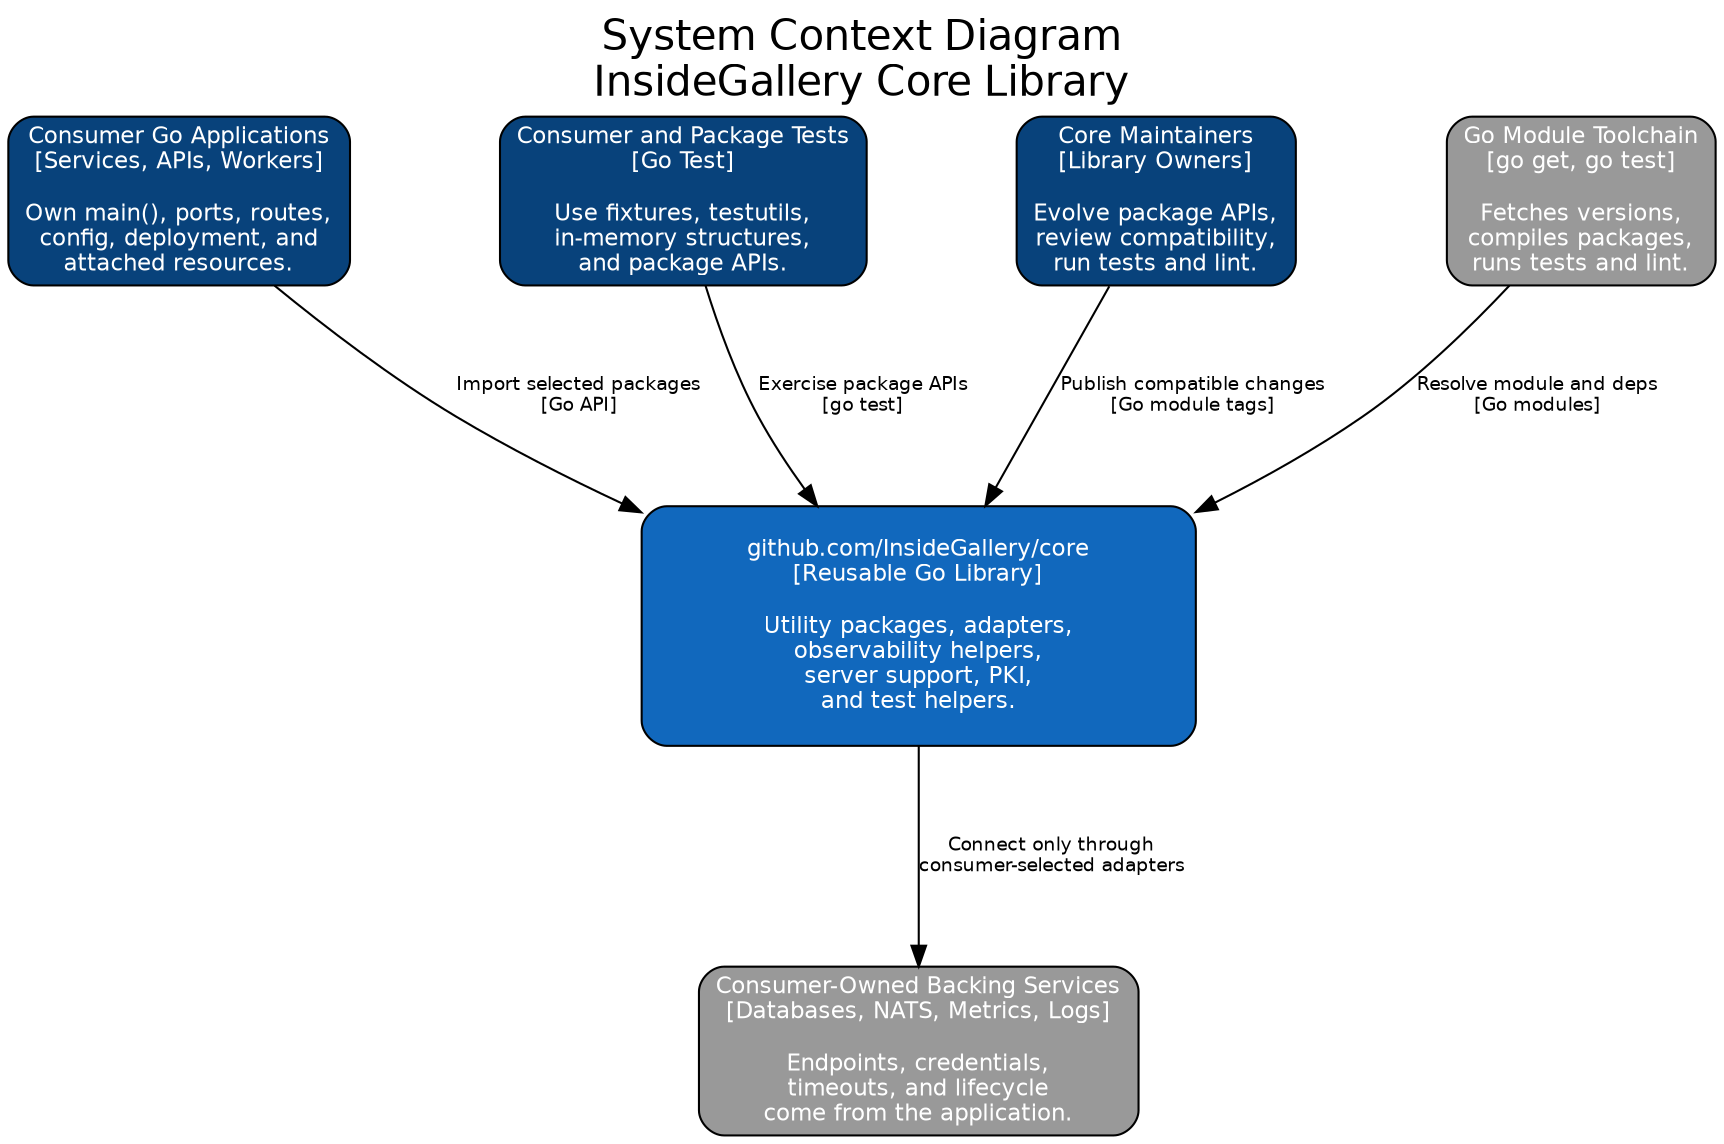
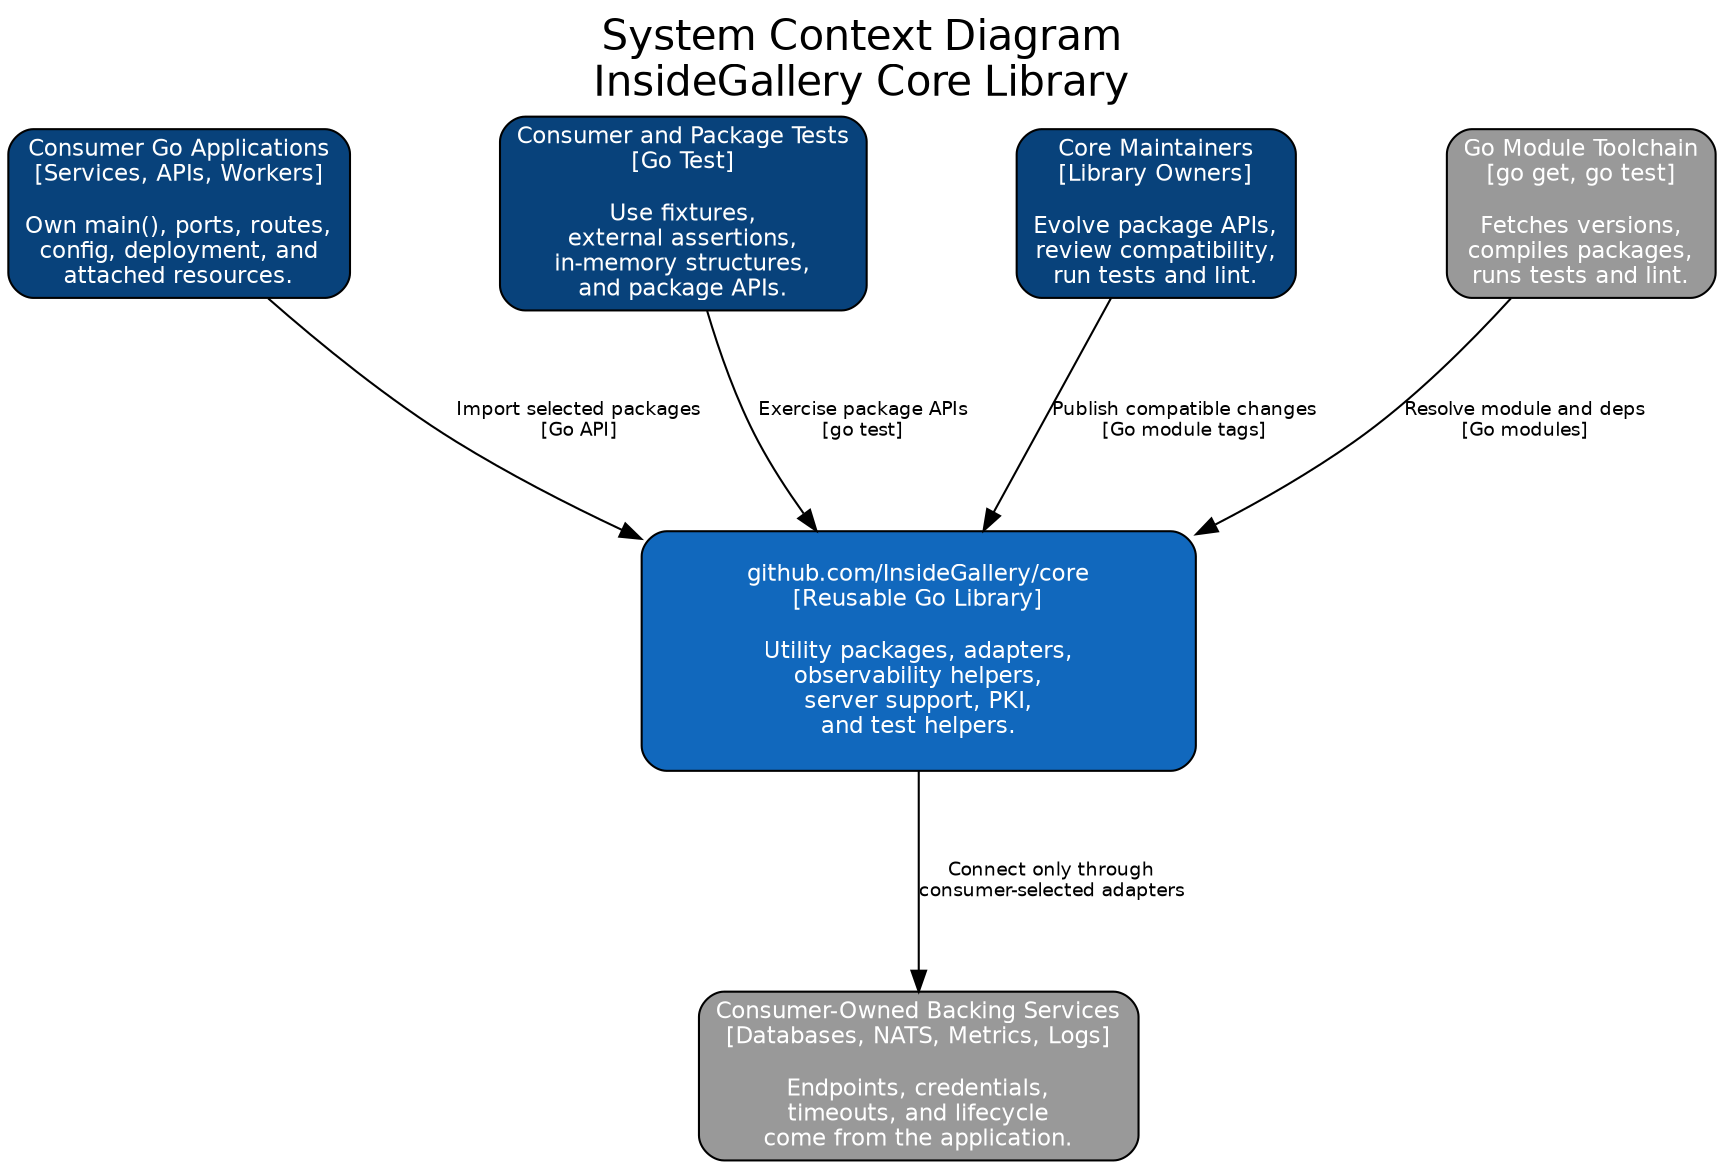
digraph C4_Context {
    graph [
        label="System Context Diagram\nInsideGallery Core Library"
        labelloc=t
        fontsize=20
        fontname="Helvetica"
        rankdir=TB
        compound=true
        nodesep=1.0
        ranksep=1.2
    ]
    node [shape=box style="filled,rounded" fontname="Helvetica" fontsize=11]
    edge [fontname="Helvetica" fontsize=9]

    consumer_apps [
        label="Consumer Go Applications\n[Services, APIs, Workers]\n\nOwn main(), ports, routes,\nconfig, deployment, and\nattached resources."
        fillcolor="#08427B" fontcolor=white
    ]
    test_suites [
-         label="Consumer and Package Tests\n[Go Test]\n\nUse fixtures, testutils,\nin-memory structures,\nand package APIs."
+         label="Consumer and Package Tests\n[Go Test]\n\nUse fixtures,\nexternal assertions,\nin-memory structures,\nand package APIs."
        fillcolor="#08427B" fontcolor=white
    ]
    maintainers [
        label="Core Maintainers\n[Library Owners]\n\nEvolve package APIs,\nreview compatibility,\nrun tests and lint."
        fillcolor="#08427B" fontcolor=white
    ]

    subgraph cluster_core {
        label=""
        style=invis
        core [
            label="github.com/InsideGallery/core\n[Reusable Go Library]\n\nUtility packages, adapters,\nobservability helpers,\nserver support, PKI,\nand test helpers."
            fillcolor="#1168BD" fontcolor=white
            width=3.7 height=1.6
        ]
    }

    backing_services [
        label="Consumer-Owned Backing Services\n[Databases, NATS, Metrics, Logs]\n\nEndpoints, credentials,\ntimeouts, and lifecycle\ncome from the application."
        fillcolor="#999999" fontcolor=white
    ]
    go_modules [
        label="Go Module Toolchain\n[go get, go test]\n\nFetches versions,\ncompiles packages,\nruns tests and lint."
        fillcolor="#999999" fontcolor=white
    ]

    consumer_apps -> core [label="Import selected packages\n[Go API]"]
    test_suites -> core [label="Exercise package APIs\n[go test]"]
    maintainers -> core [label="Publish compatible changes\n[Go module tags]"]
    core -> backing_services [label="Connect only through\nconsumer-selected adapters"]
    go_modules -> core [label="Resolve module and deps\n[Go modules]"]
}
